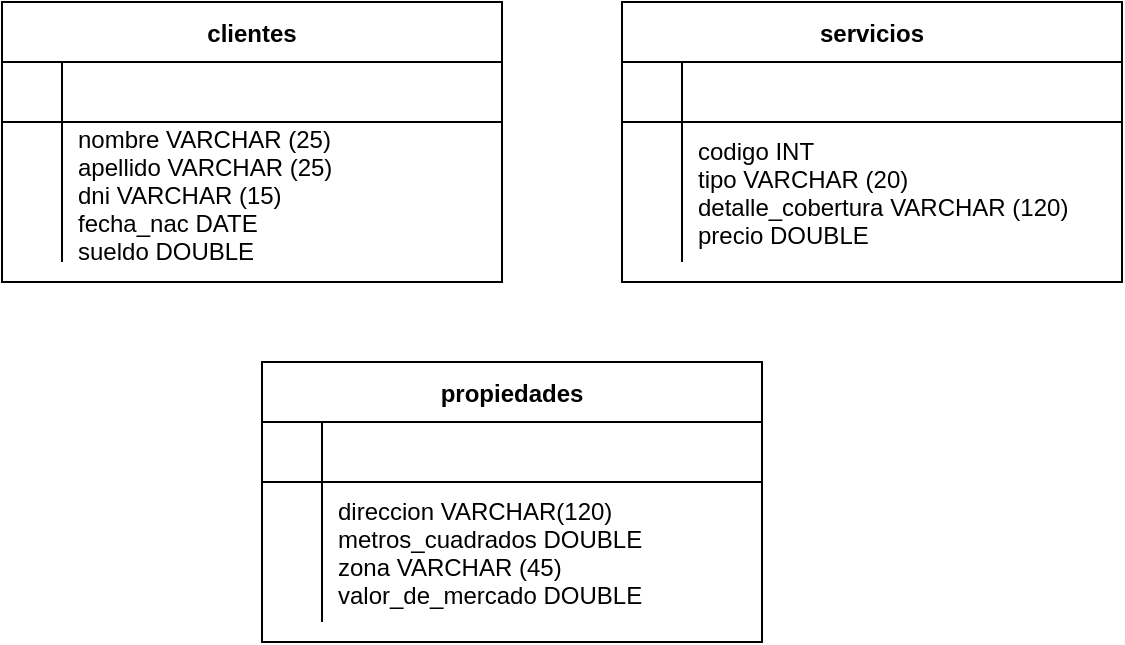
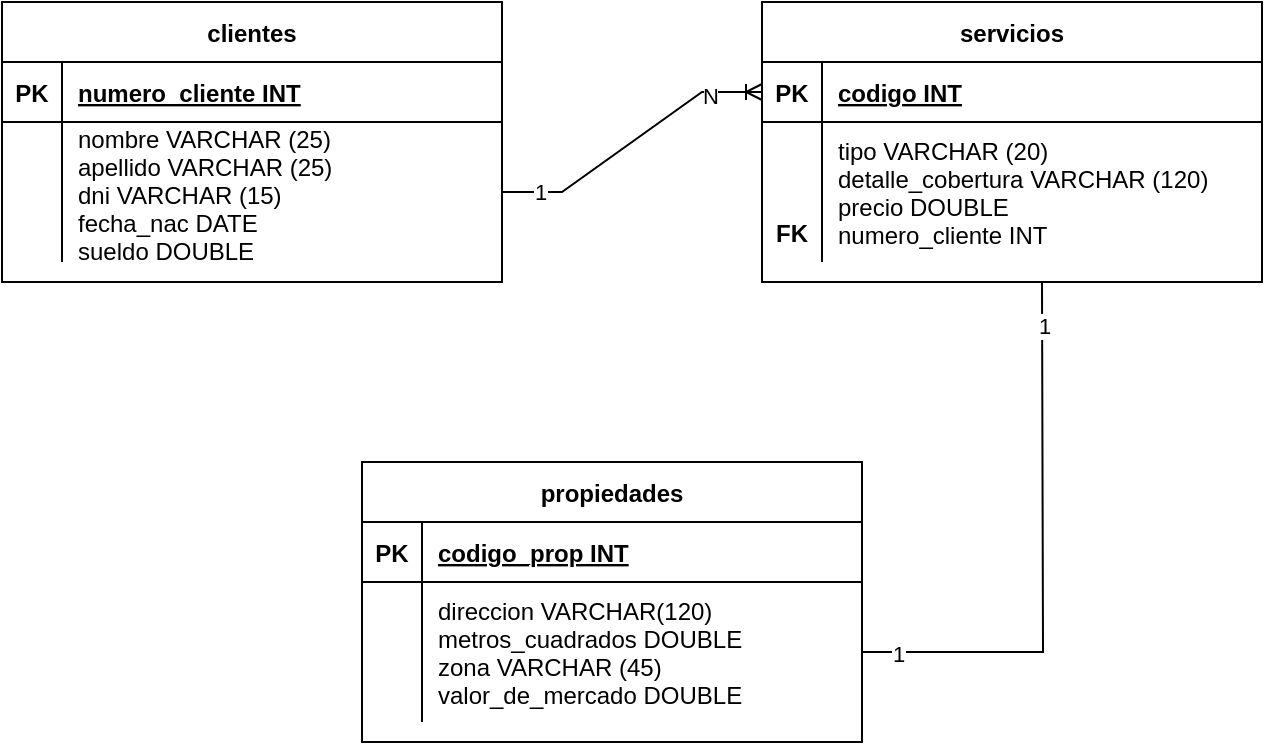
<mxfile host="app.diagrams.net" agent="5.0 (Macintosh; Intel Mac OS X 10_14_6) AppleWebKit/537.36 (KHTML, like Gecko) Chrome/83.0.4103.116 Safari/537.36">
  <diagram id="R2lEEEUBdFMjLlhIrx00" name="Page-1">
    <mxGraphModel dx="1028" dy="563" grid="1" gridSize="10" guides="1" tooltips="1" connect="1" arrows="1" fold="1" page="1" pageScale="1" pageWidth="850" pageHeight="1100" math="0" shadow="0" extFonts="Permanent Marker^https://fonts.googleapis.com/css?family=Permanent+Marker">
      <root>
        <mxCell id="0" />
        <mxCell id="1" parent="0" />
        <mxCell id="C-vyLk0tnHw3VtMMgP7b-23" parent="1" style="shape=table;startSize=30;container=1;collapsible=1;childLayout=tableLayout;fixedRows=1;rowLines=0;fontStyle=1;align=center;resizeLast=1;" value="clientes" vertex="1">
-           <mxGeometry height="140" width="250" x="120" y="120" as="geometry" />
+           <mxGeometry height="140" width="250" x="120" y="120" as="geometry">
+             <mxRectangle height="30" width="80" x="120" y="120" as="alternateBounds" />
+           </mxGeometry>
        </mxCell>
        <mxCell id="C-vyLk0tnHw3VtMMgP7b-24" parent="C-vyLk0tnHw3VtMMgP7b-23" style="shape=partialRectangle;collapsible=0;dropTarget=0;pointerEvents=0;fillColor=none;points=[[0,0.5],[1,0.5]];portConstraint=eastwest;top=0;left=0;right=0;bottom=1;" value="" vertex="1">
          <mxGeometry height="30" width="250" y="30" as="geometry" />
        </mxCell>
-         <mxCell id="C-vyLk0tnHw3VtMMgP7b-25" parent="C-vyLk0tnHw3VtMMgP7b-24" style="shape=partialRectangle;overflow=hidden;connectable=0;fillColor=none;top=0;left=0;bottom=0;right=0;fontStyle=1;" value="" vertex="1">
+         <mxCell id="C-vyLk0tnHw3VtMMgP7b-25" parent="C-vyLk0tnHw3VtMMgP7b-24" style="shape=partialRectangle;overflow=hidden;connectable=0;fillColor=none;top=0;left=0;bottom=0;right=0;fontStyle=1;" value="PK" vertex="1">
          <mxGeometry height="30" width="30" as="geometry">
            <mxRectangle height="30" width="30" as="alternateBounds" />
          </mxGeometry>
        </mxCell>
-         <mxCell id="C-vyLk0tnHw3VtMMgP7b-26" parent="C-vyLk0tnHw3VtMMgP7b-24" style="shape=partialRectangle;overflow=hidden;connectable=0;fillColor=none;top=0;left=0;bottom=0;right=0;align=left;spacingLeft=6;fontStyle=5;" value="" vertex="1">
+         <mxCell id="C-vyLk0tnHw3VtMMgP7b-26" parent="C-vyLk0tnHw3VtMMgP7b-24" style="shape=partialRectangle;overflow=hidden;connectable=0;fillColor=none;top=0;left=0;bottom=0;right=0;align=left;spacingLeft=6;fontStyle=5;" value="numero_cliente INT" vertex="1">
          <mxGeometry height="30" width="220" x="30" as="geometry">
            <mxRectangle height="30" width="220" as="alternateBounds" />
          </mxGeometry>
        </mxCell>
        <mxCell id="C-vyLk0tnHw3VtMMgP7b-27" parent="C-vyLk0tnHw3VtMMgP7b-23" style="shape=partialRectangle;collapsible=0;dropTarget=0;pointerEvents=0;fillColor=none;points=[[0,0.5],[1,0.5]];portConstraint=eastwest;top=0;left=0;right=0;bottom=0;" value="" vertex="1">
          <mxGeometry height="70" width="250" y="60" as="geometry" />
        </mxCell>
        <mxCell id="C-vyLk0tnHw3VtMMgP7b-28" parent="C-vyLk0tnHw3VtMMgP7b-27" style="shape=partialRectangle;overflow=hidden;connectable=0;fillColor=none;top=0;left=0;bottom=0;right=0;" value="" vertex="1">
          <mxGeometry height="70" width="30" as="geometry">
            <mxRectangle height="70" width="30" as="alternateBounds" />
          </mxGeometry>
        </mxCell>
        <mxCell id="C-vyLk0tnHw3VtMMgP7b-29" parent="C-vyLk0tnHw3VtMMgP7b-27" style="shape=partialRectangle;overflow=hidden;connectable=0;fillColor=none;top=0;left=0;bottom=0;right=0;align=left;spacingLeft=6;" value="nombre VARCHAR (25)&#xa;apellido VARCHAR (25)&#xa;dni VARCHAR (15)&#xa;fecha_nac DATE &#xa;sueldo DOUBLE" vertex="1">
          <mxGeometry height="70" width="220" x="30" as="geometry">
            <mxRectangle height="70" width="220" as="alternateBounds" />
          </mxGeometry>
        </mxCell>
        <mxCell id="kA8Cb3ojIykUHQfguxr_-14" parent="1" style="shape=table;startSize=30;container=1;collapsible=1;childLayout=tableLayout;fixedRows=1;rowLines=0;fontStyle=1;align=center;resizeLast=1;" value="servicios" vertex="1">
-           <mxGeometry height="140" width="250" x="430" y="120" as="geometry" />
+           <mxGeometry height="140" width="250" x="500" y="120" as="geometry" />
        </mxCell>
        <mxCell id="kA8Cb3ojIykUHQfguxr_-15" parent="kA8Cb3ojIykUHQfguxr_-14" style="shape=partialRectangle;collapsible=0;dropTarget=0;pointerEvents=0;fillColor=none;points=[[0,0.5],[1,0.5]];portConstraint=eastwest;top=0;left=0;right=0;bottom=1;" value="" vertex="1">
          <mxGeometry height="30" width="250" y="30" as="geometry" />
        </mxCell>
-         <mxCell id="kA8Cb3ojIykUHQfguxr_-16" parent="kA8Cb3ojIykUHQfguxr_-15" style="shape=partialRectangle;overflow=hidden;connectable=0;fillColor=none;top=0;left=0;bottom=0;right=0;fontStyle=1;" value="" vertex="1">
+         <mxCell id="kA8Cb3ojIykUHQfguxr_-16" parent="kA8Cb3ojIykUHQfguxr_-15" style="shape=partialRectangle;overflow=hidden;connectable=0;fillColor=none;top=0;left=0;bottom=0;right=0;fontStyle=1;" value="PK" vertex="1">
          <mxGeometry height="30" width="30" as="geometry">
            <mxRectangle height="30" width="30" as="alternateBounds" />
          </mxGeometry>
        </mxCell>
-         <mxCell id="kA8Cb3ojIykUHQfguxr_-17" parent="kA8Cb3ojIykUHQfguxr_-15" style="shape=partialRectangle;overflow=hidden;connectable=0;fillColor=none;top=0;left=0;bottom=0;right=0;align=left;spacingLeft=6;fontStyle=5;" value="" vertex="1">
+         <mxCell id="kA8Cb3ojIykUHQfguxr_-17" parent="kA8Cb3ojIykUHQfguxr_-15" style="shape=partialRectangle;overflow=hidden;connectable=0;fillColor=none;top=0;left=0;bottom=0;right=0;align=left;spacingLeft=6;fontStyle=5;" value="codigo INT" vertex="1">
          <mxGeometry height="30" width="220" x="30" as="geometry">
            <mxRectangle height="30" width="220" as="alternateBounds" />
          </mxGeometry>
        </mxCell>
        <mxCell id="kA8Cb3ojIykUHQfguxr_-18" parent="kA8Cb3ojIykUHQfguxr_-14" style="shape=partialRectangle;collapsible=0;dropTarget=0;pointerEvents=0;fillColor=none;points=[[0,0.5],[1,0.5]];portConstraint=eastwest;top=0;left=0;right=0;bottom=0;" value="" vertex="1">
          <mxGeometry height="70" width="250" y="60" as="geometry" />
        </mxCell>
        <mxCell id="kA8Cb3ojIykUHQfguxr_-19" parent="kA8Cb3ojIykUHQfguxr_-18" style="shape=partialRectangle;overflow=hidden;connectable=0;fillColor=none;top=0;left=0;bottom=0;right=0;" value="" vertex="1">
          <mxGeometry height="70" width="30" as="geometry">
            <mxRectangle height="70" width="30" as="alternateBounds" />
          </mxGeometry>
        </mxCell>
-         <mxCell id="kA8Cb3ojIykUHQfguxr_-20" parent="kA8Cb3ojIykUHQfguxr_-18" style="shape=partialRectangle;overflow=hidden;connectable=0;fillColor=none;top=0;left=0;bottom=0;right=0;align=left;spacingLeft=6;" value="codigo INT&#xa;tipo VARCHAR (20)&#xa;detalle_cobertura VARCHAR (120)&#xa;precio DOUBLE" vertex="1">
+         <mxCell id="kA8Cb3ojIykUHQfguxr_-20" parent="kA8Cb3ojIykUHQfguxr_-18" style="shape=partialRectangle;overflow=hidden;connectable=0;fillColor=none;top=0;left=0;bottom=0;right=0;align=left;spacingLeft=6;" value="tipo VARCHAR (20)&#xa;detalle_cobertura VARCHAR (120)&#xa;precio DOUBLE&#xa;numero_cliente INT" vertex="1">
          <mxGeometry height="70" width="220" x="30" as="geometry">
            <mxRectangle height="70" width="220" as="alternateBounds" />
          </mxGeometry>
        </mxCell>
        <mxCell id="kA8Cb3ojIykUHQfguxr_-21" parent="1" style="shape=table;startSize=30;container=1;collapsible=1;childLayout=tableLayout;fixedRows=1;rowLines=0;fontStyle=1;align=center;resizeLast=1;" value="propiedades" vertex="1">
-           <mxGeometry height="140" width="250" x="250" y="300" as="geometry" />
+           <mxGeometry height="140" width="250" x="300" y="350" as="geometry" />
        </mxCell>
        <mxCell id="kA8Cb3ojIykUHQfguxr_-22" parent="kA8Cb3ojIykUHQfguxr_-21" style="shape=partialRectangle;collapsible=0;dropTarget=0;pointerEvents=0;fillColor=none;points=[[0,0.5],[1,0.5]];portConstraint=eastwest;top=0;left=0;right=0;bottom=1;" value="" vertex="1">
          <mxGeometry height="30" width="250" y="30" as="geometry" />
        </mxCell>
-         <mxCell id="kA8Cb3ojIykUHQfguxr_-23" parent="kA8Cb3ojIykUHQfguxr_-22" style="shape=partialRectangle;overflow=hidden;connectable=0;fillColor=none;top=0;left=0;bottom=0;right=0;fontStyle=1;" value="" vertex="1">
+         <mxCell id="kA8Cb3ojIykUHQfguxr_-23" parent="kA8Cb3ojIykUHQfguxr_-22" style="shape=partialRectangle;overflow=hidden;connectable=0;fillColor=none;top=0;left=0;bottom=0;right=0;fontStyle=1;" value="PK" vertex="1">
          <mxGeometry height="30" width="30" as="geometry">
            <mxRectangle height="30" width="30" as="alternateBounds" />
          </mxGeometry>
        </mxCell>
-         <mxCell id="kA8Cb3ojIykUHQfguxr_-24" parent="kA8Cb3ojIykUHQfguxr_-22" style="shape=partialRectangle;overflow=hidden;connectable=0;fillColor=none;top=0;left=0;bottom=0;right=0;align=left;spacingLeft=6;fontStyle=5;" value="" vertex="1">
+         <mxCell id="kA8Cb3ojIykUHQfguxr_-24" parent="kA8Cb3ojIykUHQfguxr_-22" style="shape=partialRectangle;overflow=hidden;connectable=0;fillColor=none;top=0;left=0;bottom=0;right=0;align=left;spacingLeft=6;fontStyle=5;" value="codigo_prop INT" vertex="1">
          <mxGeometry height="30" width="220" x="30" as="geometry">
            <mxRectangle height="30" width="220" as="alternateBounds" />
          </mxGeometry>
        </mxCell>
        <mxCell id="kA8Cb3ojIykUHQfguxr_-25" parent="kA8Cb3ojIykUHQfguxr_-21" style="shape=partialRectangle;collapsible=0;dropTarget=0;pointerEvents=0;fillColor=none;points=[[0,0.5],[1,0.5]];portConstraint=eastwest;top=0;left=0;right=0;bottom=0;" value="" vertex="1">
          <mxGeometry height="70" width="250" y="60" as="geometry" />
        </mxCell>
        <mxCell id="kA8Cb3ojIykUHQfguxr_-26" parent="kA8Cb3ojIykUHQfguxr_-25" style="shape=partialRectangle;overflow=hidden;connectable=0;fillColor=none;top=0;left=0;bottom=0;right=0;" value="" vertex="1">
          <mxGeometry height="70" width="30" as="geometry">
            <mxRectangle height="70" width="30" as="alternateBounds" />
          </mxGeometry>
        </mxCell>
        <mxCell id="kA8Cb3ojIykUHQfguxr_-27" parent="kA8Cb3ojIykUHQfguxr_-25" style="shape=partialRectangle;overflow=hidden;connectable=0;fillColor=none;top=0;left=0;bottom=0;right=0;align=left;spacingLeft=6;" value="direccion VARCHAR(120)&#xa;metros_cuadrados DOUBLE &#xa;zona VARCHAR (45)&#xa;valor_de_mercado DOUBLE" vertex="1">
          <mxGeometry height="70" width="220" x="30" as="geometry">
            <mxRectangle height="70" width="220" as="alternateBounds" />
          </mxGeometry>
        </mxCell>
+         <mxCell id="UhFBeHPIyX5zVVLfshbw-1" edge="1" parent="1" source="C-vyLk0tnHw3VtMMgP7b-27" style="edgeStyle=entityRelationEdgeStyle;fontSize=12;html=1;endArrow=ERoneToMany;rounded=0;entryX=0;entryY=0.5;entryDx=0;entryDy=0;exitX=1;exitY=0.5;exitDx=0;exitDy=0;" target="kA8Cb3ojIykUHQfguxr_-15" value="">
+           <mxGeometry height="100" relative="1" width="100" as="geometry">
+             <mxPoint x="380" y="220" as="sourcePoint" />
+             <mxPoint x="470" y="120" as="targetPoint" />
+           </mxGeometry>
+         </mxCell>
+         <mxCell id="UhFBeHPIyX5zVVLfshbw-6" connectable="0" parent="UhFBeHPIyX5zVVLfshbw-1" style="edgeLabel;html=1;align=center;verticalAlign=middle;resizable=0;points=[];" value="1" vertex="1">
+           <mxGeometry relative="1" x="-0.748" as="geometry">
+             <mxPoint as="offset" />
+           </mxGeometry>
+         </mxCell>
+         <mxCell id="UhFBeHPIyX5zVVLfshbw-7" connectable="0" parent="UhFBeHPIyX5zVVLfshbw-1" style="edgeLabel;html=1;align=center;verticalAlign=middle;resizable=0;points=[];" value="N" vertex="1">
+           <mxGeometry relative="1" x="0.6357" y="-2" as="geometry">
+             <mxPoint as="offset" />
+           </mxGeometry>
+         </mxCell>
+         <mxCell id="UhFBeHPIyX5zVVLfshbw-3" edge="1" parent="1" source="kA8Cb3ojIykUHQfguxr_-25" style="edgeStyle=orthogonalEdgeStyle;rounded=0;orthogonalLoop=1;jettySize=auto;html=1;exitX=1;exitY=0.5;exitDx=0;exitDy=0;endArrow=none;endFill=0;">
+           <mxGeometry relative="1" as="geometry">
+             <mxPoint x="640" y="260" as="targetPoint" />
+           </mxGeometry>
+         </mxCell>
+         <mxCell id="UhFBeHPIyX5zVVLfshbw-4" connectable="0" parent="UhFBeHPIyX5zVVLfshbw-3" style="edgeLabel;html=1;align=center;verticalAlign=middle;resizable=0;points=[];" value="1" vertex="1">
+           <mxGeometry relative="1" x="0.8385" y="-1" as="geometry">
+             <mxPoint as="offset" />
+           </mxGeometry>
+         </mxCell>
+         <mxCell id="UhFBeHPIyX5zVVLfshbw-5" connectable="0" parent="UhFBeHPIyX5zVVLfshbw-3" style="edgeLabel;html=1;align=center;verticalAlign=middle;resizable=0;points=[];" value="1" vertex="1">
+           <mxGeometry relative="1" x="-0.8735" y="-1" as="geometry">
+             <mxPoint as="offset" />
+           </mxGeometry>
+         </mxCell>
+         <mxCell id="UhFBeHPIyX5zVVLfshbw-8" parent="1" style="shape=partialRectangle;overflow=hidden;connectable=0;fillColor=none;top=0;left=0;bottom=0;right=0;fontStyle=1;" value="FK" vertex="1">
+           <mxGeometry height="30" width="30" x="500" y="220" as="geometry">
+             <mxRectangle height="30" width="30" as="alternateBounds" />
+           </mxGeometry>
+         </mxCell>
      </root>
    </mxGraphModel>
  </diagram>
</mxfile>
